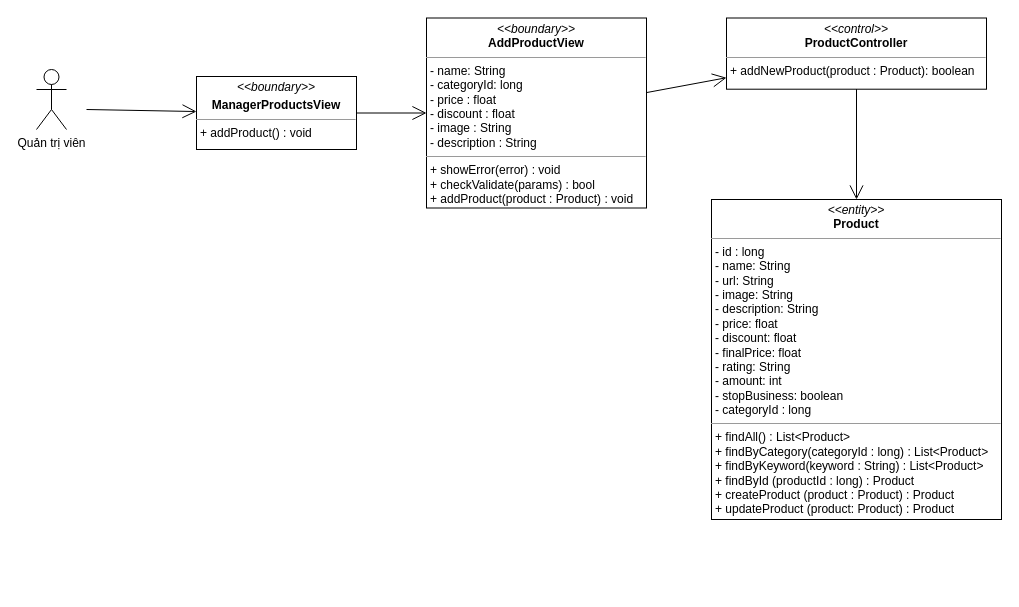
Above: class diagram/manager-add-product-class-diagram.drawio in nguyenphamvan/datn_20202 (draw.io), before the change. Source tidied: cells renumbered, new cells numbered last; positions are measured from the earlier drawing's top-left corner, leaving out a move shared by most shapes. Both pictures are drawn from the tidied source at 100%, with x=0, y=0 at pixel (36, 17).
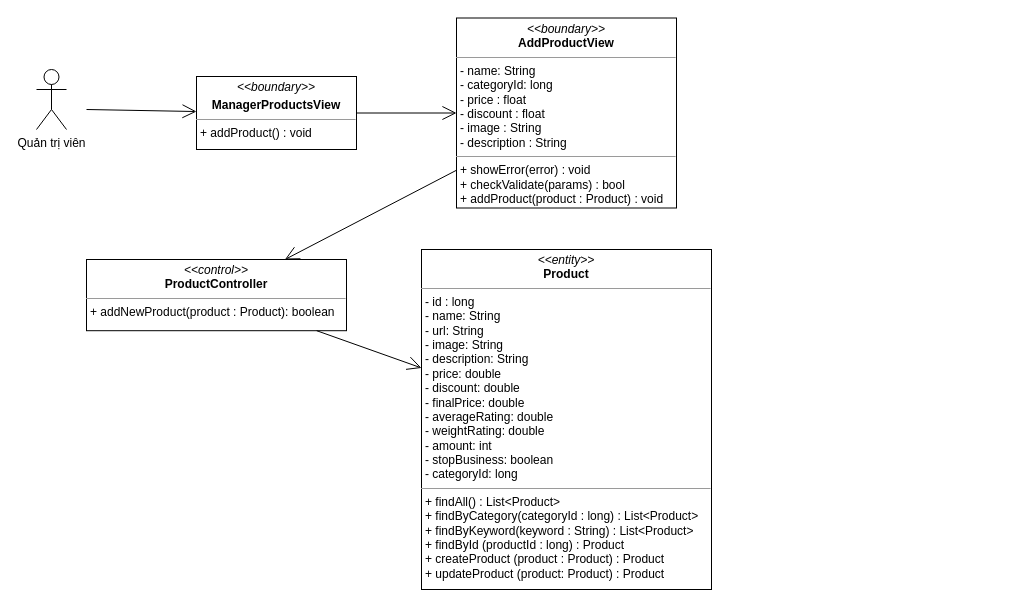
The same diagram, later.

The edit, as a diff of the source:
```diff
@@
 <mxGraphModel>
   <root>
     <mxCell id="0" />
     <mxCell id="1" parent="0" />
     <mxCell id="2" value="&lt;p style=&quot;margin: 0px ; margin-top: 4px ; text-align: center&quot;&gt;&lt;i&gt;&amp;lt;&amp;lt;boundary&amp;gt;&amp;gt;&lt;/i&gt;&lt;/p&gt;&lt;p style=&quot;margin: 0px ; margin-top: 4px ; text-align: center&quot;&gt;&lt;b&gt;ManagerProductsView&lt;/b&gt;&lt;/p&gt;&lt;hr size=&quot;1&quot;&gt;&lt;p style=&quot;margin: 0px ; margin-left: 4px&quot;&gt;&lt;span&gt;+ addProduct() : void&lt;/span&gt;&lt;/p&gt;" style="verticalAlign=top;align=left;overflow=fill;fontSize=12;fontFamily=Helvetica;html=1;" parent="1" vertex="1">
       <mxGeometry x="160" y="59" width="160" height="73" as="geometry" />
     </mxCell>
     <mxCell id="3" style="endArrow=open;endFill=1;endSize=12;html=1;exitX=1;exitY=0.5;exitDx=0;exitDy=0;" parent="1" edge="1" source="2" target="7">
       <mxGeometry relative="1" as="geometry" />
     </mxCell>
     <mxCell id="4" value="&lt;p style=&quot;margin: 0px ; margin-top: 4px ; text-align: center&quot;&gt;&lt;i&gt;&amp;lt;&amp;lt;control&amp;gt;&amp;gt;&lt;/i&gt;&lt;br&gt;&lt;b&gt;ProductController&lt;/b&gt;&lt;/p&gt;&lt;hr size=&quot;1&quot;&gt;&lt;p style=&quot;margin: 0px ; margin-left: 4px&quot;&gt;+ addNewProduct(product : Product): boolean&lt;br&gt;&lt;/p&gt;" style="verticalAlign=top;align=left;overflow=fill;fontSize=12;fontFamily=Helvetica;html=1;" parent="1" vertex="1">
-      <mxGeometry x="690" y="0.5" width="260" height="71.2" as="geometry" />
+      <mxGeometry x="50" y="242" width="260" height="71.2" as="geometry" />
     </mxCell>
-    <mxCell id="5" value="&lt;p style=&quot;margin: 0px ; margin-top: 4px ; text-align: center&quot;&gt;&lt;i&gt;&amp;lt;&amp;lt;entity&amp;gt;&amp;gt;&lt;/i&gt;&lt;br&gt;&lt;b&gt;Product&lt;/b&gt;&lt;/p&gt;&lt;hr size=&quot;1&quot;&gt;&lt;p style=&quot;margin: 0px ; margin-left: 4px&quot;&gt;- id : long&lt;/p&gt;&lt;p style=&quot;margin: 0px ; margin-left: 4px&quot;&gt;- name: String&lt;br&gt;- url: String&lt;/p&gt;&lt;p style=&quot;margin: 0px ; margin-left: 4px&quot;&gt;- image: String&lt;/p&gt;&lt;p style=&quot;margin: 0px ; margin-left: 4px&quot;&gt;- description: String&lt;/p&gt;&lt;p style=&quot;margin: 0px ; margin-left: 4px&quot;&gt;- price: float&lt;/p&gt;&lt;p style=&quot;margin: 0px ; margin-left: 4px&quot;&gt;- discount: float&lt;/p&gt;&lt;p style=&quot;margin: 0px ; margin-left: 4px&quot;&gt;- finalPrice: float&lt;/p&gt;&lt;p style=&quot;margin: 0px ; margin-left: 4px&quot;&gt;- rating: String&lt;/p&gt;&lt;p style=&quot;margin: 0px ; margin-left: 4px&quot;&gt;- amount: int&lt;/p&gt;&lt;p style=&quot;margin: 0px ; margin-left: 4px&quot;&gt;- stopBusiness: boolean&lt;/p&gt;&lt;p style=&quot;margin: 0px ; margin-left: 4px&quot;&gt;- categoryId : long&lt;/p&gt;&lt;hr size=&quot;1&quot;&gt;&lt;p style=&quot;margin: 0px 0px 0px 4px&quot;&gt;+ findAll() : List&amp;lt;Product&amp;gt;&lt;/p&gt;&lt;p style=&quot;margin: 0px 0px 0px 4px&quot;&gt;+ findByCategory(categoryId : long) : List&amp;lt;Product&amp;gt;&lt;/p&gt;&lt;p style=&quot;margin: 0px 0px 0px 4px&quot;&gt;+ findByKeyword(keyword : String) : List&amp;lt;Product&amp;gt;&lt;/p&gt;&lt;p style=&quot;margin: 0px 0px 0px 4px&quot;&gt;+ findById (productId : long) : Product&lt;/p&gt;&lt;p style=&quot;margin: 0px 0px 0px 4px&quot;&gt;+ createProduct (product : Product) : Product&lt;/p&gt;&lt;p style=&quot;margin: 0px 0px 0px 4px&quot;&gt;+ updateProduct (product: Product) : Product&lt;/p&gt;" style="verticalAlign=top;align=left;overflow=fill;fontSize=12;fontFamily=Helvetica;html=1;" parent="1" vertex="1">
-      <mxGeometry x="675" y="182" width="290" height="320" as="geometry" />
+    <mxCell id="5" value="&lt;p style=&quot;margin: 0px ; margin-top: 4px ; text-align: center&quot;&gt;&lt;i&gt;&amp;lt;&amp;lt;entity&amp;gt;&amp;gt;&lt;/i&gt;&lt;br&gt;&lt;b&gt;Product&lt;/b&gt;&lt;/p&gt;&lt;hr size=&quot;1&quot;&gt;&lt;p style=&quot;margin: 0px 0px 0px 4px&quot;&gt;- id : long&lt;/p&gt;&lt;p style=&quot;margin: 0px 0px 0px 4px&quot;&gt;- name: String&lt;br&gt;- url: String&lt;/p&gt;&lt;p style=&quot;margin: 0px 0px 0px 4px&quot;&gt;- image: String&lt;/p&gt;&lt;p style=&quot;margin: 0px 0px 0px 4px&quot;&gt;- description: String&lt;/p&gt;&lt;p style=&quot;margin: 0px 0px 0px 4px&quot;&gt;- price: double&lt;/p&gt;&lt;p style=&quot;margin: 0px 0px 0px 4px&quot;&gt;- discount: double&lt;/p&gt;&lt;p style=&quot;margin: 0px 0px 0px 4px&quot;&gt;- finalPrice: double&lt;/p&gt;&lt;p style=&quot;margin: 0px 0px 0px 4px&quot;&gt;- averageRating: double&lt;/p&gt;&lt;p style=&quot;margin: 0px 0px 0px 4px&quot;&gt;- weightRating: double&lt;/p&gt;&lt;p style=&quot;margin: 0px 0px 0px 4px&quot;&gt;- amount: int&lt;/p&gt;&lt;p style=&quot;margin: 0px 0px 0px 4px&quot;&gt;- stopBusiness: boolean&lt;/p&gt;&lt;p style=&quot;margin: 0px 0px 0px 4px&quot;&gt;- categoryId: long&lt;/p&gt;&lt;hr size=&quot;1&quot;&gt;&lt;p style=&quot;margin: 0px 0px 0px 4px&quot;&gt;+ findAll() : List&amp;lt;Product&amp;gt;&lt;/p&gt;&lt;p style=&quot;margin: 0px 0px 0px 4px&quot;&gt;+ findByCategory(categoryId : long) : List&amp;lt;Product&amp;gt;&lt;/p&gt;&lt;p style=&quot;margin: 0px 0px 0px 4px&quot;&gt;+ findByKeyword(keyword : String) : List&amp;lt;Product&amp;gt;&lt;/p&gt;&lt;p style=&quot;margin: 0px 0px 0px 4px&quot;&gt;+ findById (productId : long) : Product&lt;/p&gt;&lt;p style=&quot;margin: 0px 0px 0px 4px&quot;&gt;+ createProduct (product : Product) : Product&lt;/p&gt;&lt;p style=&quot;margin: 0px 0px 0px 4px&quot;&gt;+ updateProduct (product: Product) : Product&lt;/p&gt;" style="verticalAlign=top;align=left;overflow=fill;fontSize=12;fontFamily=Helvetica;html=1;" parent="1" vertex="1">
+      <mxGeometry x="385" y="232" width="290" height="340" as="geometry" />
     </mxCell>
     <mxCell id="6" style="endArrow=open;endFill=1;endSize=12;html=1;" parent="1" edge="1" source="4" target="5">
       <mxGeometry relative="1" as="geometry" />
     </mxCell>
     <mxCell id="7" value="&lt;p style=&quot;margin: 0px ; margin-top: 4px ; text-align: center&quot;&gt;&lt;i&gt;&amp;lt;&amp;lt;boundary&amp;gt;&amp;gt;&lt;/i&gt;&lt;br&gt;&lt;b&gt;AddProductView&lt;/b&gt;&lt;/p&gt;&lt;hr size=&quot;1&quot;&gt;&lt;p style=&quot;margin: 0px ; margin-left: 4px&quot;&gt;- name: String&lt;br&gt;- categoryId: long&lt;/p&gt;&lt;p style=&quot;margin: 0px ; margin-left: 4px&quot;&gt;- price : float&lt;/p&gt;&lt;p style=&quot;margin: 0px ; margin-left: 4px&quot;&gt;- discount : float&lt;/p&gt;&lt;p style=&quot;margin: 0px ; margin-left: 4px&quot;&gt;- image : String&lt;/p&gt;&lt;p style=&quot;margin: 0px ; margin-left: 4px&quot;&gt;- description : String&lt;/p&gt;&lt;hr size=&quot;1&quot;&gt;&lt;p style=&quot;margin: 0px 0px 0px 4px&quot;&gt;+ showError(error) : void&lt;br&gt;&lt;/p&gt;&lt;p style=&quot;margin: 0px 0px 0px 4px&quot;&gt;+ checkValidate(params) : bool&lt;/p&gt;&lt;p style=&quot;margin: 0px 0px 0px 4px&quot;&gt;+ addProduct(product : Product) : void&lt;/p&gt;" style="verticalAlign=top;align=left;overflow=fill;fontSize=12;fontFamily=Helvetica;html=1;" parent="1" vertex="1">
-      <mxGeometry x="390" y="0.5" width="220" height="190" as="geometry" />
+      <mxGeometry x="420" y="0.5" width="220" height="190" as="geometry" />
     </mxCell>
     <mxCell id="8" style="endArrow=open;endFill=1;endSize=12;html=1;" parent="1" edge="1" source="7" target="4">
       <mxGeometry relative="1" as="geometry" />
     </mxCell>
     <mxCell id="9" value="Quản trị viên" style="shape=umlActor;verticalLabelPosition=bottom;verticalAlign=top;html=1;" parent="1" vertex="1">
       <mxGeometry y="52" width="30" height="60" as="geometry" />
     </mxCell>
     <mxCell id="10" style="endArrow=open;endFill=1;endSize=12;html=1;" parent="1" edge="1" target="2">
       <mxGeometry relative="1" as="geometry">
         <mxPoint x="50" y="92" as="sourcePoint" />
       </mxGeometry>
     </mxCell>
   </root>
 </mxGraphModel>
```
